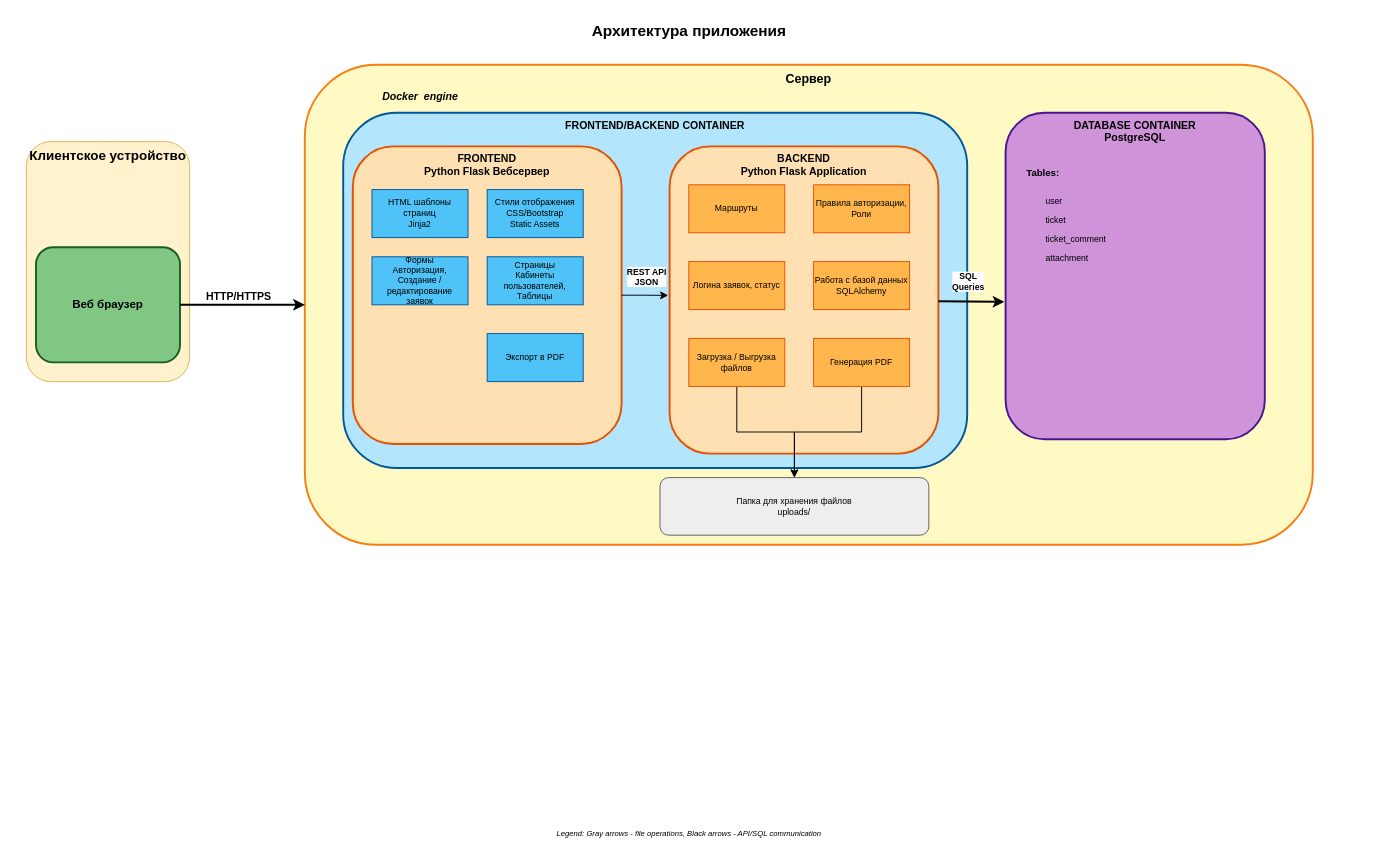
The draw.io diagram architecture_simple.drawio in alinaf4/DIPLOM, before the edit. Source tidied: cells renumbered, new cells numbered last; positions are measured from the earlier drawing's top-left corner, leaving out a move shared by most shapes. Both pictures are drawn from the tidied source at 96%, with x=0, y=0 at pixel (16, 16).
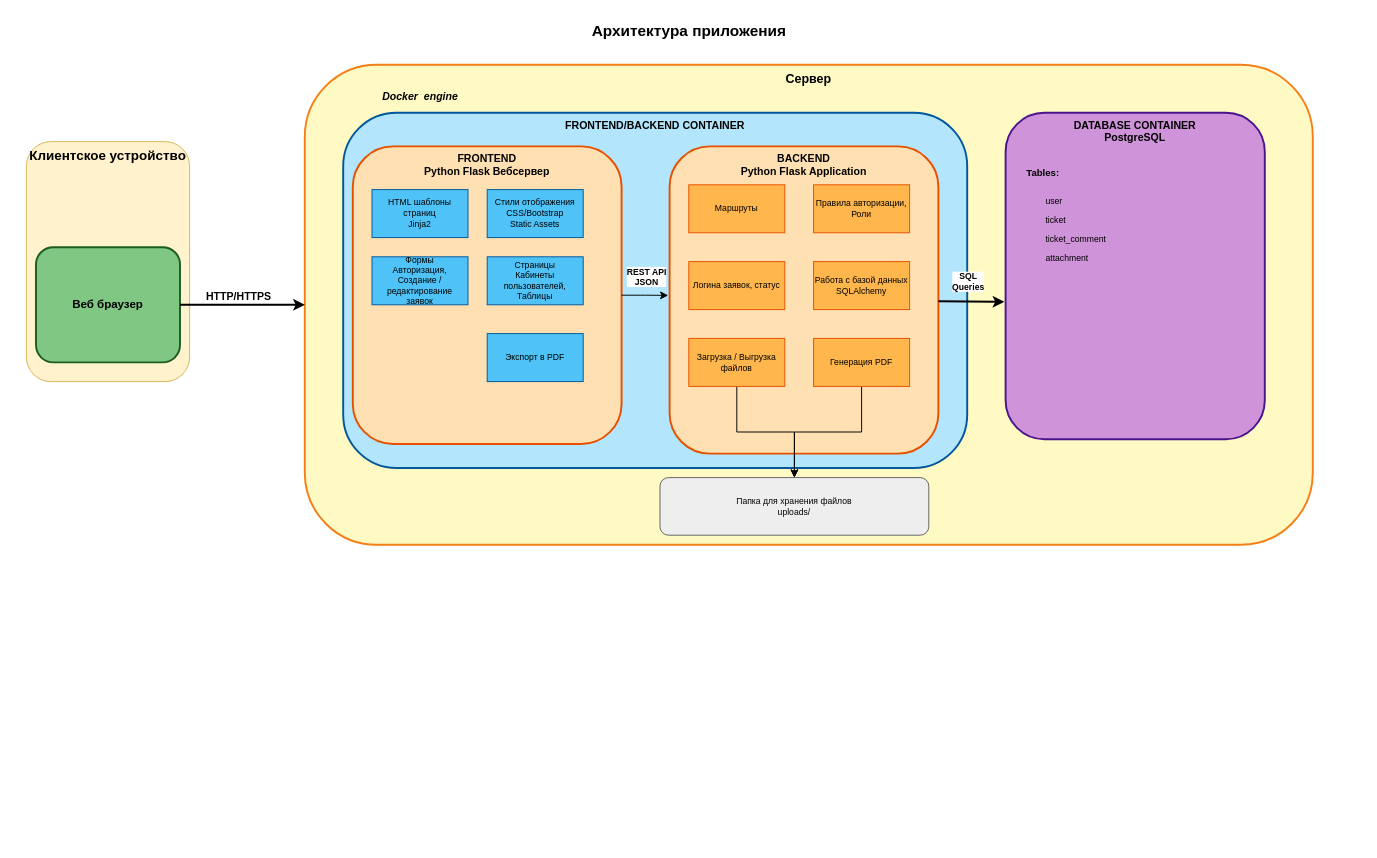
After the change.

Change to the diagram source:
```diff
@@
-    <mxCell id="35" value="Legend: Gray arrows - file operations, Black arrows - API/SQL communication" style="text;html=1;fontSize=8;align=center;fillColor=none;strokeColor=none;fontStyle=2;" parent="1" vertex="1">
-      <mxGeometry y="840" width="1400" height="20" as="geometry" />
-    </mxCell>
```
